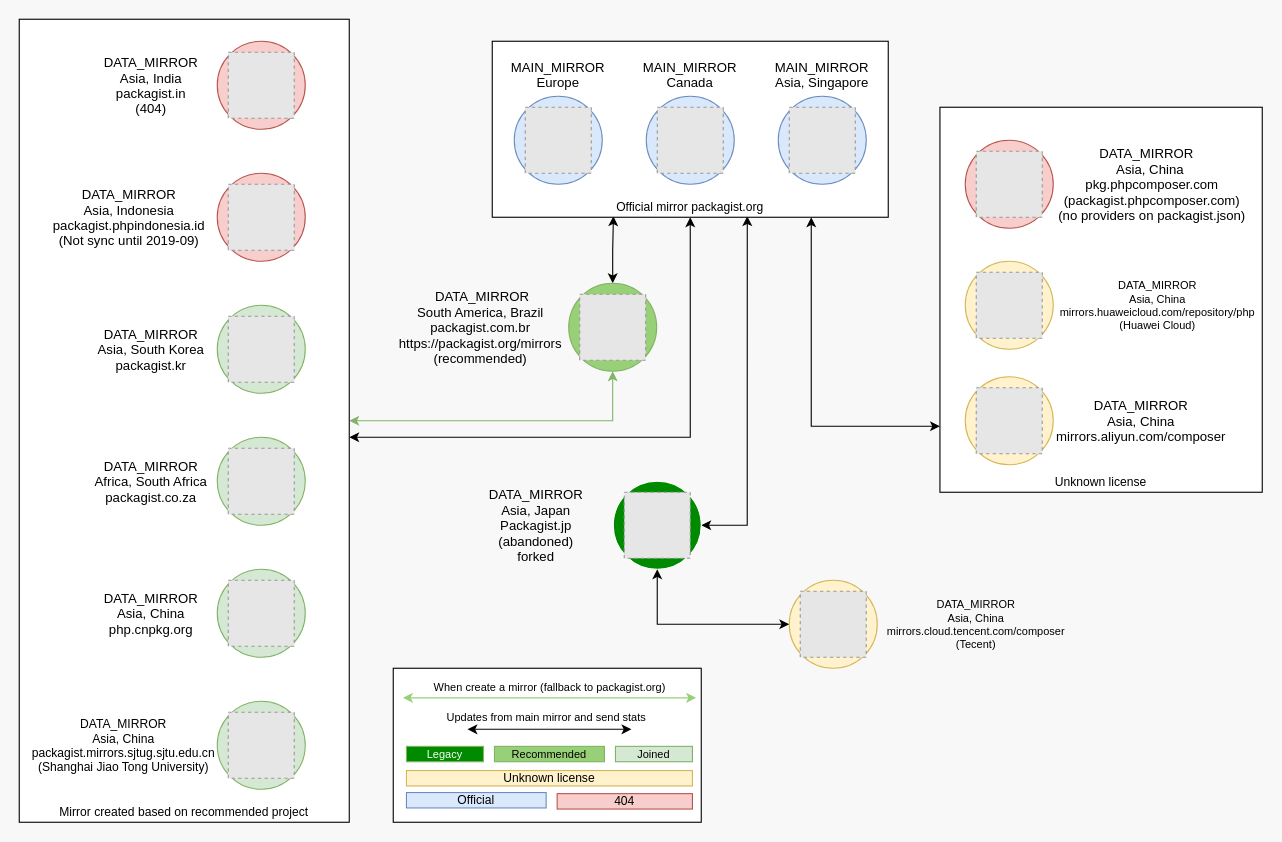
Earlier version of the draw.io diagram resources/public/network.drawio (webysther/packagist-mirror). Source tidied: cells renumbered, new cells numbered last; positions are measured from the earlier drawing's top-left corner, leaving out a move shared by most shapes. Both pictures are drawn from the tidied source at 110%, with x=0, y=0 at pixel (19, 19). Pictures stored in the file or linked from it are replaced by grey dashed boxes.
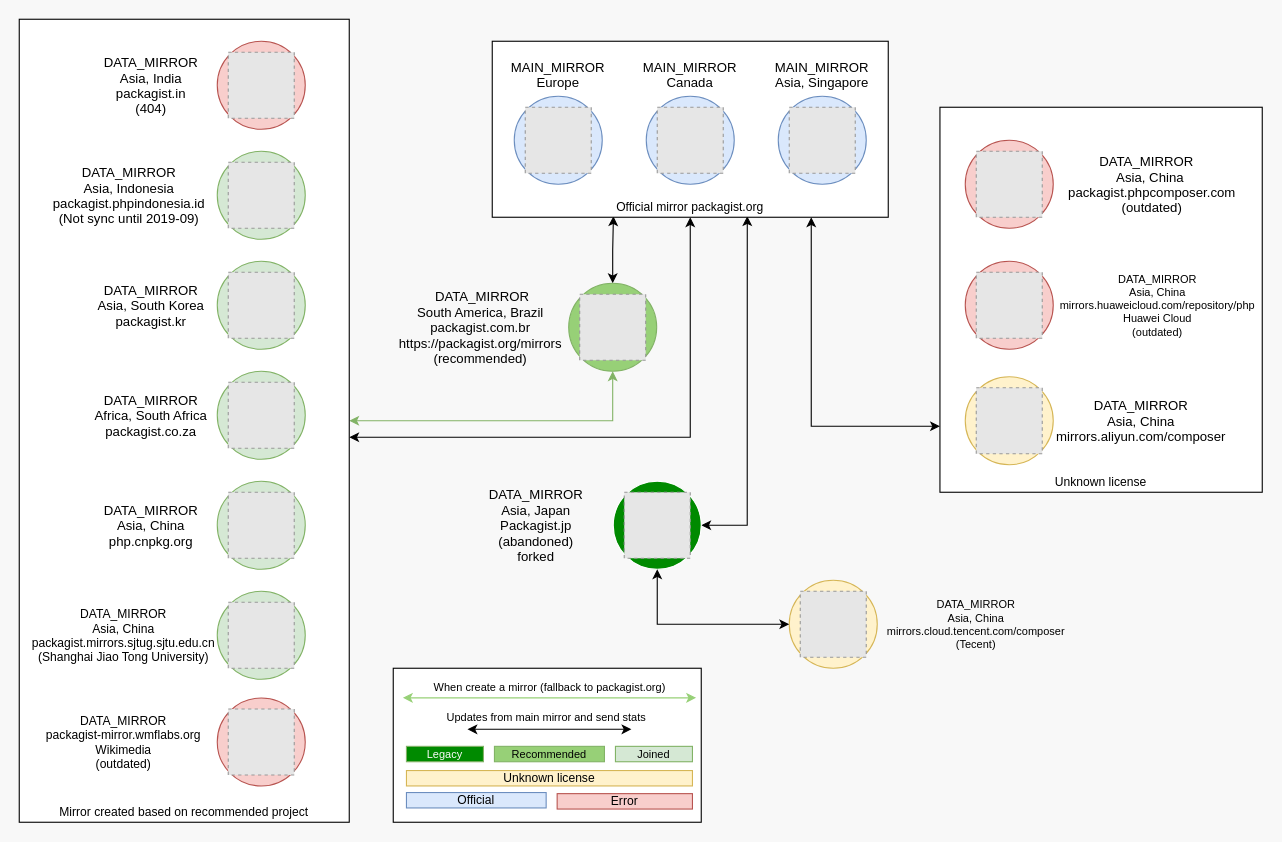
Above is the later version.

Commit message (it also covers changes not shown here):
Update mirrors status

Change to the diagram source:
```diff
@@
     <mxCell id="8" style="group;" parent="1" vertex="1">
-      <mxGeometry x="180" y="260" width="80" height="80" as="geometry" />
+      <mxGeometry x="180" y="220" width="80" height="80" as="geometry" />
     </mxCell>
@@
-    <mxCell id="20" value="&lt;div style=&quot;text-align: left ; font-size: 11px&quot;&gt;&lt;span style=&quot;font-size: 11px&quot;&gt;404&lt;/span&gt;&lt;/div&gt;" style="text;html=1;strokeColor=#b85450;fillColor=#f8cecc;align=center;verticalAlign=middle;whiteSpace=wrap;rounded=0;labelBackgroundColor=none;fontSize=11;" parent="1" vertex="1">
+    <mxCell id="20" value="&lt;div style=&quot;text-align: left ; font-size: 11px&quot;&gt;&lt;span style=&quot;font-size: 11px&quot;&gt;Error&lt;/span&gt;&lt;/div&gt;" style="text;html=1;strokeColor=#b85450;fillColor=#f8cecc;align=center;verticalAlign=middle;whiteSpace=wrap;rounded=0;labelBackgroundColor=none;fontSize=11;" parent="1" vertex="1">
       <mxGeometry x="489" y="704" width="123" height="14" as="geometry" />
     </mxCell>
@@
     <mxCell id="33" style="group;" parent="1" vertex="1">
-      <mxGeometry x="180" y="380" width="80" height="80" as="geometry" />
+      <mxGeometry x="180" y="320" width="80" height="80" as="geometry" />
     </mxCell>
@@
     <mxCell id="37" style="group;" parent="1" vertex="1">
-      <mxGeometry x="180" y="500" width="80" height="80" as="geometry" />
+      <mxGeometry x="180" y="420" width="80" height="80" as="geometry" />
     </mxCell>
@@
     <mxCell id="41" style="group;" parent="1" vertex="1">
-      <mxGeometry x="180" y="620" width="80" height="80" as="geometry" />
+      <mxGeometry x="180" y="520" width="80" height="80" as="geometry" />
     </mxCell>
@@
-    <mxCell id="45" style="group;verticalAlign=middle;" parent="1" vertex="1">
-      <mxGeometry x="860" y="220" width="80" height="80" as="geometry" />
-    </mxCell>
-    <mxCell id="46" style="ellipse;whiteSpace=wrap;html=1;fillColor=#fff2cc;strokeColor=#d6b656;" parent="45" vertex="1">
-      <mxGeometry width="80" height="80" as="geometry" />
-    </mxCell>
-    <mxCell id="47" value="DATA_MIRROR&#10;Asia, China&#10;mirrors.huaweicloud.com/repository/php&#10;(Huawei Cloud)" style="fillColor=#E6E6E6;strokeColor=#999999;dashed=1;verticalLabelPosition=middle;labelBackgroundColor=none;verticalAlign=middle;labelPosition=right;align=center;spacing=7;spacingRight=-150;fontSize=10;" parent="45" vertex="1">
-      <mxGeometry x="10" y="10" width="60" height="60" as="geometry" />
-    </mxCell>
@@
-    <mxCell id="62" style="ellipse;whiteSpace=wrap;html=1;fillColor=#f8cecc;strokeColor=#b85450;" parent="1" vertex="1">
-      <mxGeometry x="180" y="140" width="80" height="80" as="geometry" />
+    <mxCell id="62" style="ellipse;whiteSpace=wrap;html=1;fillColor=#d5e8d4;strokeColor=#82b366;" parent="1" vertex="1">
+      <mxGeometry x="180" y="120" width="80" height="80" as="geometry" />
     </mxCell>
     <mxCell id="63" value="DATA_MIRROR&#10;Asia, Indonesia&#10;packagist.phpindonesia.id&#10;(Not sync until 2019-09)" style="fillColor=#E6E6E6;strokeColor=#999999;dashed=1;verticalLabelPosition=middle;labelBackgroundColor=none;verticalAlign=middle;labelPosition=left;align=center;spacingRight=120;" parent="1" vertex="1">
-      <mxGeometry x="190" y="150" width="60" height="60" as="geometry" />
+      <mxGeometry x="190" y="130" width="60" height="60" as="geometry" />
     </mxCell>
@@
-    <mxCell id="65" value="DATA_MIRROR   &#10;Asia, China &#10;pkg.phpcomposer.com&#10;(packagist.phpcomposer.com)&#10;(no providers on packagist.json)" style="fillColor=#E6E6E6;strokeColor=#999999;dashed=1;verticalLabelPosition=middle;labelBackgroundColor=none;verticalAlign=middle;labelPosition=right;align=center;spacing=7;spacingRight=-140;" parent="1" vertex="1">
+    <mxCell id="65" value="DATA_MIRROR   &#10;Asia, China &#10;packagist.phpcomposer.com&#10;(outdated)" style="fillColor=#E6E6E6;strokeColor=#999999;dashed=1;verticalLabelPosition=middle;labelBackgroundColor=none;verticalAlign=middle;labelPosition=right;align=center;spacing=7;spacingRight=-140;" parent="1" vertex="1">
       <mxGeometry x="870" y="120" width="60" height="60" as="geometry" />
     </mxCell>
@@
+    <mxCell id="46" style="ellipse;whiteSpace=wrap;html=1;fillColor=#f8cecc;strokeColor=#b85450;" parent="1" vertex="1">
+      <mxGeometry x="860" y="220" width="80" height="80" as="geometry" />
+    </mxCell>
+    <mxCell id="47" value="DATA_MIRROR&#10;Asia, China&#10;mirrors.huaweicloud.com/repository/php&#10;Huawei Cloud&#10;(outdated)" style="fillColor=#E6E6E6;strokeColor=#999999;dashed=1;verticalLabelPosition=middle;labelBackgroundColor=none;verticalAlign=middle;labelPosition=right;align=center;spacing=7;spacingRight=-150;fontSize=10;" parent="1" vertex="1">
+      <mxGeometry x="870" y="230" width="60" height="60" as="geometry" />
+    </mxCell>
+    <mxCell id="71" style="ellipse;whiteSpace=wrap;html=1;fillColor=#f8cecc;strokeColor=#b85450;" parent="1" vertex="1">
+      <mxGeometry x="180" y="617" width="80" height="80" as="geometry" />
+    </mxCell>
+    <mxCell id="72" value="DATA_MIRROR&#10;packagist-mirror.wmflabs.org&#10;Wikimedia&#10;(outdated)" style="fillColor=#E6E6E6;strokeColor=#999999;dashed=1;verticalLabelPosition=middle;labelBackgroundColor=none;verticalAlign=middle;labelPosition=left;align=center;fontSize=11;spacingRight=130;" parent="1" vertex="1">
+      <mxGeometry x="190" y="627" width="60" height="60" as="geometry" />
+    </mxCell>
```
